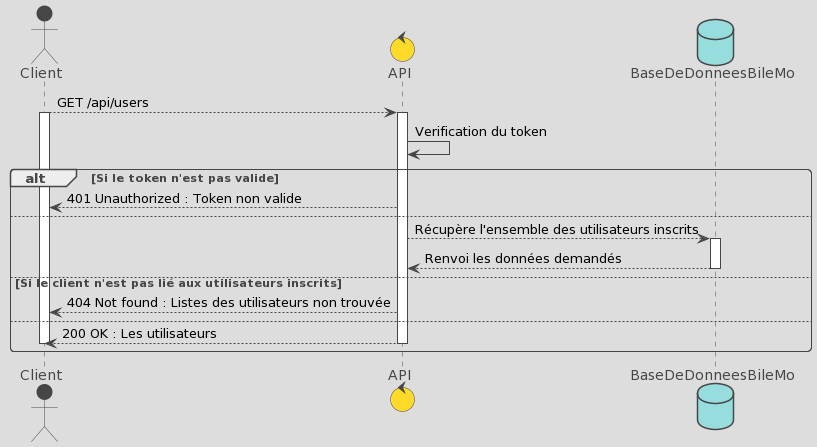
The PlantUML diagram diagrammes/sequence/diagramme_sequence_get_users.png in Zveltana/bileMo, before a commit. The source it was exported from:
```plantuml
@startuml
!theme toy
actor Client
control API
database BaseDeDonneesBileMo

Client --> API : GET /api/users
Activate Client
Activate API

API -> API : Verification du token

alt Si le token n'est pas valide
  API --> Client : 401 Unauthorized : Token non valide
else

API --> BaseDeDonneesBileMo :Récupère l'ensemble des utilisateurs inscrits
Activate BaseDeDonneesBileMo

BaseDeDonneesBileMo --> API : Renvoi les données demandés
Deactivate BaseDeDonneesBileMo

else Si le client n'est pas lié aux utilisateurs inscrits
  API --> Client : 404 Not found : Listes des utilisateurs non trouvée
else

API --> Client : 200 OK : Les utilisateurs

Deactivate Client
Deactivate API
end
@enduml
```
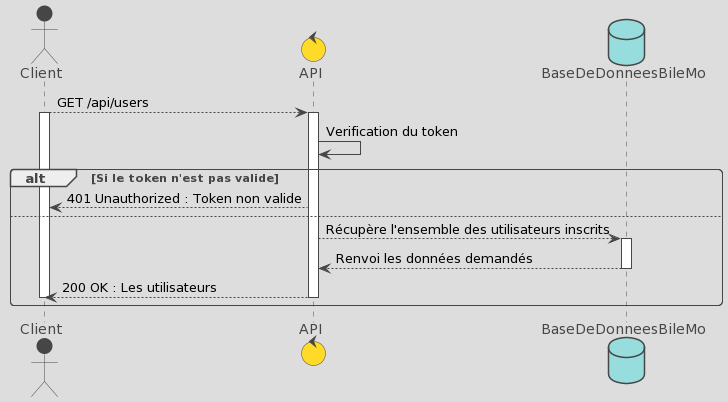
Later version of the same file.

The edit, as a diff of the source:
```diff
@@ -20,10 +20,6 @@
 BaseDeDonneesBileMo --> API : Renvoi les données demandés
 Deactivate BaseDeDonneesBileMo
 
-else Si le client n'est pas lié aux utilisateurs inscrits
-  API --> Client : 404 Not found : Listes des utilisateurs non trouvée
-else
-
 API --> Client : 200 OK : Les utilisateurs
 
 Deactivate Client
```
